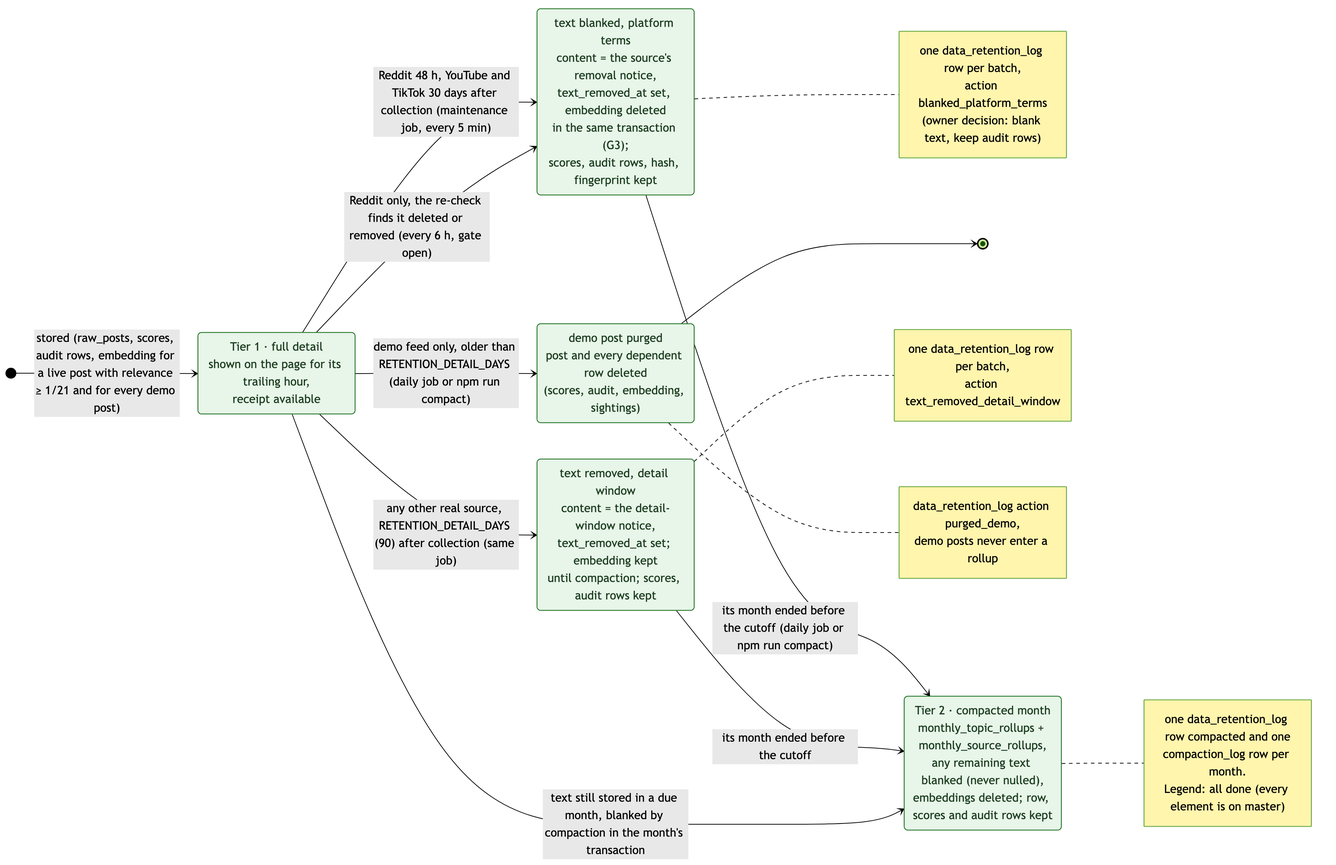
This is docs/diagrams/states/retention-lifecycle.png from jennifer-mckinney/pulse-of-ai, a Mermaid export, as it was before one commit. Its source is kept beside it as docs/diagrams/states/retention-lifecycle.mmd.
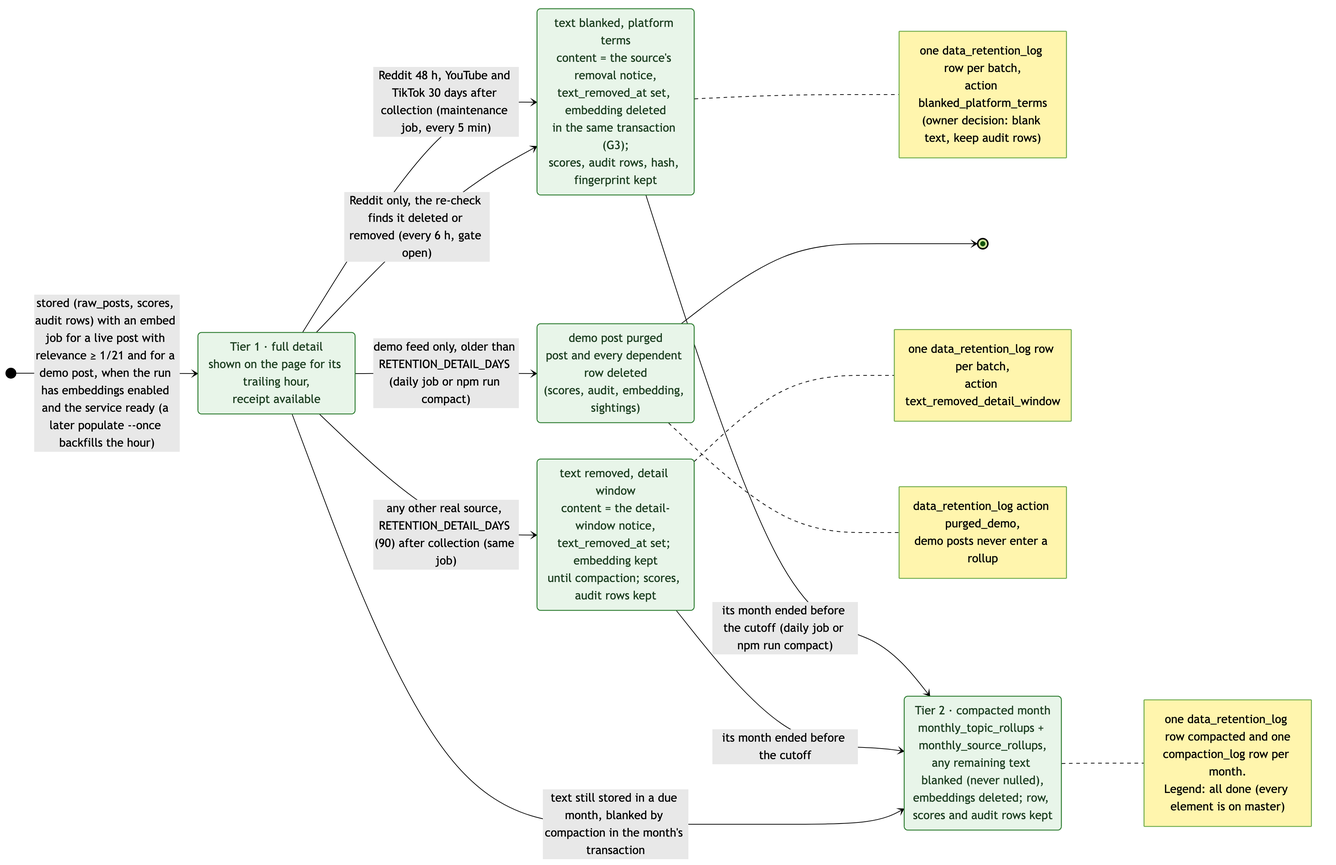
Later version of the same file.

Commit message:
Docs: demo embeddings depend on the service; fallback receipts only skip the API

Change to the diagram source:
```diff
@@ -1,7 +1,7 @@
 stateDiagram-v2
   direction LR
 
-  [*] --> detail : stored (raw_posts, scores, audit rows, embedding for a live post with relevance ≥ 1/21 and for every demo post)
+  [*] --> detail : stored (raw_posts, scores, audit rows) with an embed job for a live post with relevance ≥ 1/21 and for a demo post, when the run has embeddings enabled and the service ready (a later populate --once backfills the hour)
 
   state "Tier 1 · full detail<br/>shown on the page for its trailing hour,<br/>receipt available" as detail
   state "text blanked, platform terms<br/>content = the source's removal notice,<br/>text_removed_at set, embedding deleted<br/>in the same transaction (G3);<br/>scores, audit rows, hash, fingerprint kept" as blanked
```
